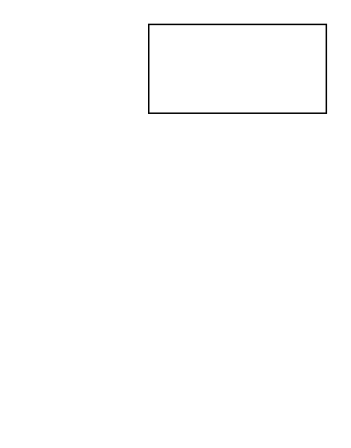
shuitiane/shhFirstRepo keeps this draw.io diagram as 未命名绘图.drawio. Above is the earlier version. Source tidied: cells renumbered, new cells numbered last; positions are measured from the earlier drawing's top-left corner, leaving out a move shared by most shapes. Both pictures are drawn from the tidied source at 148%, with x=0, y=0 at pixel (148, 24).
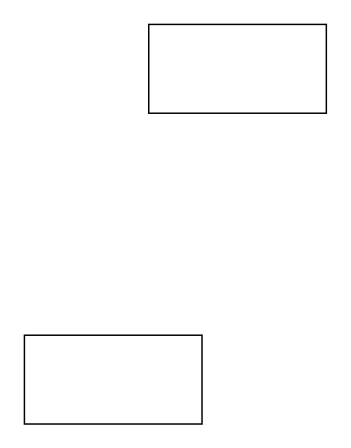
Above is the later version.

Commit message (it also covers changes not shown here):
更新未命名绘图.drawio

Change to the diagram source:
```diff
@@
 <mxGraphModel>
   <root>
     <mxCell id="0" />
     <mxCell id="1" parent="0" />
     <mxCell id="2" style="rounded=0;whiteSpace=wrap;html=1;" parent="1" vertex="1">
       <mxGeometry width="120" height="60" as="geometry" />
     </mxCell>
+    <mxCell id="3" style="rounded=0;whiteSpace=wrap;html=1;" parent="1" vertex="1">
+      <mxGeometry x="-84" y="210" width="120" height="60" as="geometry" />
+    </mxCell>
   </root>
 </mxGraphModel>
```
